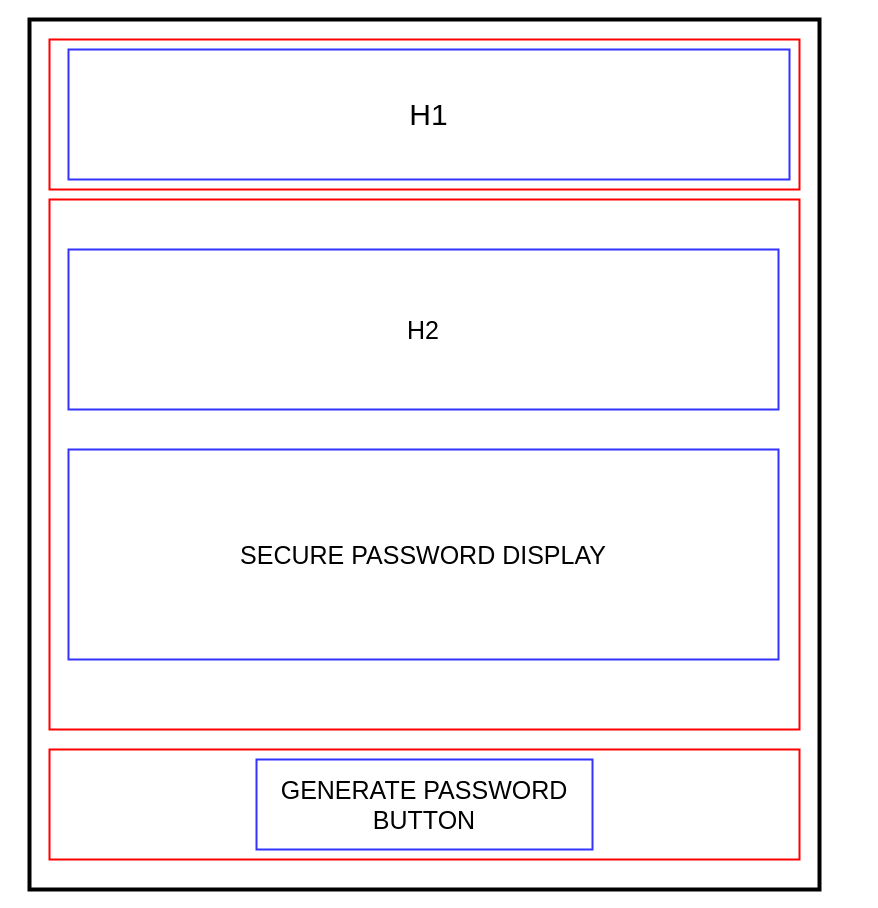
The draw.io diagram Assets/Wireframe/pw-gen.drawio in bernardjbs/hw-boot-wk03-Javascript-Password-Generator, before the edit. Source tidied: cells renumbered, new cells numbered last; positions are measured from the earlier drawing's top-left corner, leaving out a move shared by most shapes. Both pictures are drawn from the tidied source at 100%, with x=0, y=0 at pixel (29, 19).
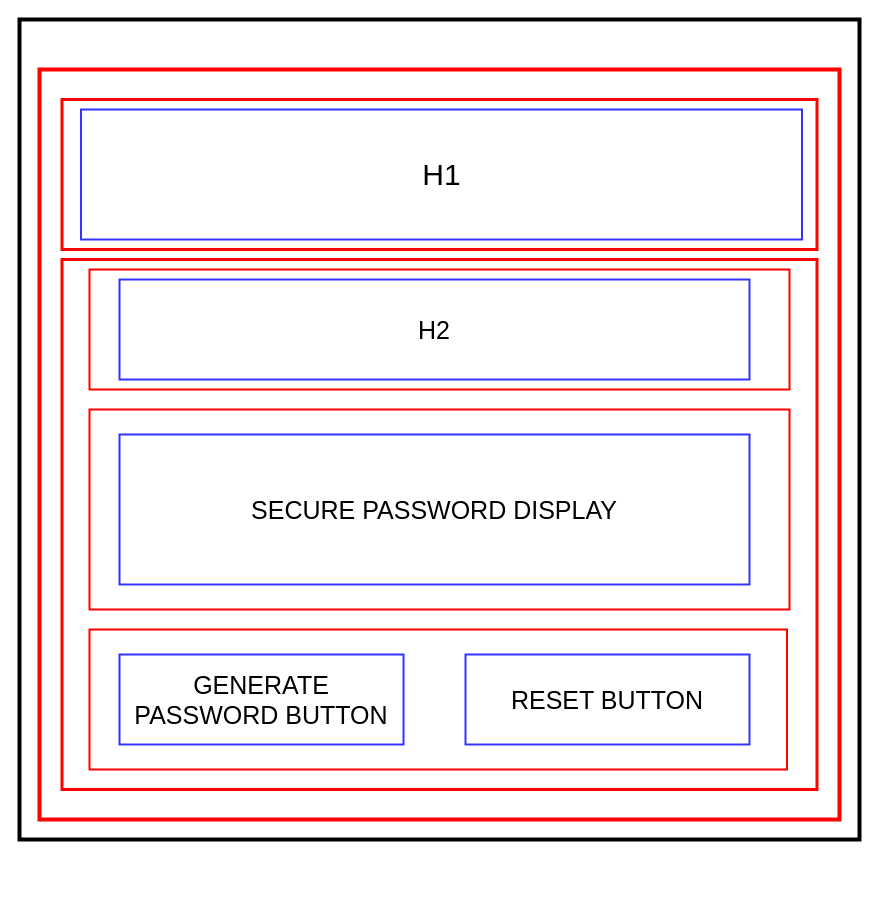
After the change.

Commit message (it also covers changes not shown here):
Updated wireframe. initial html layout. CSS styling.

What changed in the source:
```diff
@@
 <mxGraphModel>
   <root>
     <mxCell id="0" />
     <mxCell id="1" parent="0" />
     <mxCell id="2" style="rounded=0;whiteSpace=wrap;html=1;strokeColor=#000000;strokeWidth=4;" parent="1" vertex="1">
-      <mxGeometry width="790" height="870" as="geometry" />
+      <mxGeometry x="-10" width="840" height="820" as="geometry" />
     </mxCell>
+    <mxCell id="10" style="rounded=0;whiteSpace=wrap;html=1;strokeColor=#FF0000;strokeWidth=4;" parent="1" vertex="1">
+      <mxGeometry x="10" y="50" width="800" height="750" as="geometry" />
+    </mxCell>
-    <mxCell id="3" style="rounded=0;whiteSpace=wrap;html=1;strokeColor=#FF0000;strokeWidth=2;" parent="1" vertex="1">
-      <mxGeometry x="20" y="20" width="750" height="150" as="geometry" />
+    <mxCell id="3" style="rounded=0;whiteSpace=wrap;html=1;strokeColor=#FF0000;strokeWidth=3;" parent="1" vertex="1">
+      <mxGeometry x="32.5" y="80" width="755" height="150" as="geometry" />
     </mxCell>
-    <mxCell id="4" style="rounded=0;whiteSpace=wrap;html=1;strokeColor=#FF0000;strokeWidth=2;" parent="1" vertex="1">
-      <mxGeometry x="20" y="180" width="750" height="530" as="geometry" />
+    <mxCell id="4" style="rounded=0;whiteSpace=wrap;html=1;strokeColor=#FF0000;strokeWidth=3;" parent="1" vertex="1">
+      <mxGeometry x="32.5" y="240" width="755" height="530" as="geometry" />
     </mxCell>
-    <mxCell id="5" style="rounded=0;whiteSpace=wrap;html=1;strokeColor=#FF0000;strokeWidth=2;" parent="1" vertex="1">
-      <mxGeometry x="20" y="730" width="750" height="110" as="geometry" />
-    </mxCell>
+    <mxCell id="11" style="rounded=0;whiteSpace=wrap;html=1;strokeColor=#FF0000;strokeWidth=2;" parent="1" vertex="1">
+      <mxGeometry x="60" y="250" width="700" height="120" as="geometry" />
+    </mxCell>
     <mxCell id="6" value="&lt;font style=&quot;font-size: 25px&quot;&gt;H2&lt;/font&gt;" style="rounded=0;whiteSpace=wrap;html=1;strokeColor=#3333FF;strokeWidth=2;" parent="1" vertex="1">
-      <mxGeometry x="39" y="230" width="710" height="160" as="geometry" />
+      <mxGeometry x="90" y="260" width="630" height="100" as="geometry" />
     </mxCell>
+    <mxCell id="12" style="rounded=0;whiteSpace=wrap;html=1;strokeColor=#FF0000;strokeWidth=2;" parent="1" vertex="1">
+      <mxGeometry x="60" y="390" width="700" height="200" as="geometry" />
+    </mxCell>
     <mxCell id="7" value="&lt;font style=&quot;font-size: 25px&quot;&gt;SECURE PASSWORD DISPLAY&lt;/font&gt;" style="rounded=0;whiteSpace=wrap;html=1;strokeColor=#3333FF;strokeWidth=2;" parent="1" vertex="1">
-      <mxGeometry x="39" y="430" width="710" height="210" as="geometry" />
+      <mxGeometry x="90" y="415" width="630" height="150" as="geometry" />
     </mxCell>
+    <mxCell id="13" style="rounded=0;whiteSpace=wrap;html=1;strokeColor=#FF0000;strokeWidth=2;" parent="1" vertex="1">
+      <mxGeometry x="60" y="610" width="697.5" height="140" as="geometry" />
+    </mxCell>
     <mxCell id="8" value="&lt;font style=&quot;font-size: 25px&quot;&gt;GENERATE PASSWORD BUTTON&lt;/font&gt;" style="rounded=0;whiteSpace=wrap;html=1;strokeColor=#3333FF;strokeWidth=2;" parent="1" vertex="1">
-      <mxGeometry x="227" y="740" width="336" height="90" as="geometry" />
+      <mxGeometry x="90" y="635" width="284" height="90" as="geometry" />
     </mxCell>
     <mxCell id="9" value="&lt;font style=&quot;font-size: 30px&quot;&gt;H1&lt;/font&gt;" style="rounded=0;whiteSpace=wrap;html=1;strokeColor=#3333FF;strokeWidth=2;" parent="1" vertex="1">
-      <mxGeometry x="39" y="30" width="721" height="130" as="geometry" />
+      <mxGeometry x="51.5" y="90" width="721" height="130" as="geometry" />
     </mxCell>
+    <mxCell id="14" value="&lt;font style=&quot;font-size: 25px&quot;&gt;RESET BUTTON&lt;/font&gt;" style="rounded=0;whiteSpace=wrap;html=1;strokeColor=#3333FF;strokeWidth=2;" parent="1" vertex="1">
+      <mxGeometry x="436" y="635" width="284" height="90" as="geometry" />
+    </mxCell>
   </root>
 </mxGraphModel>
```
